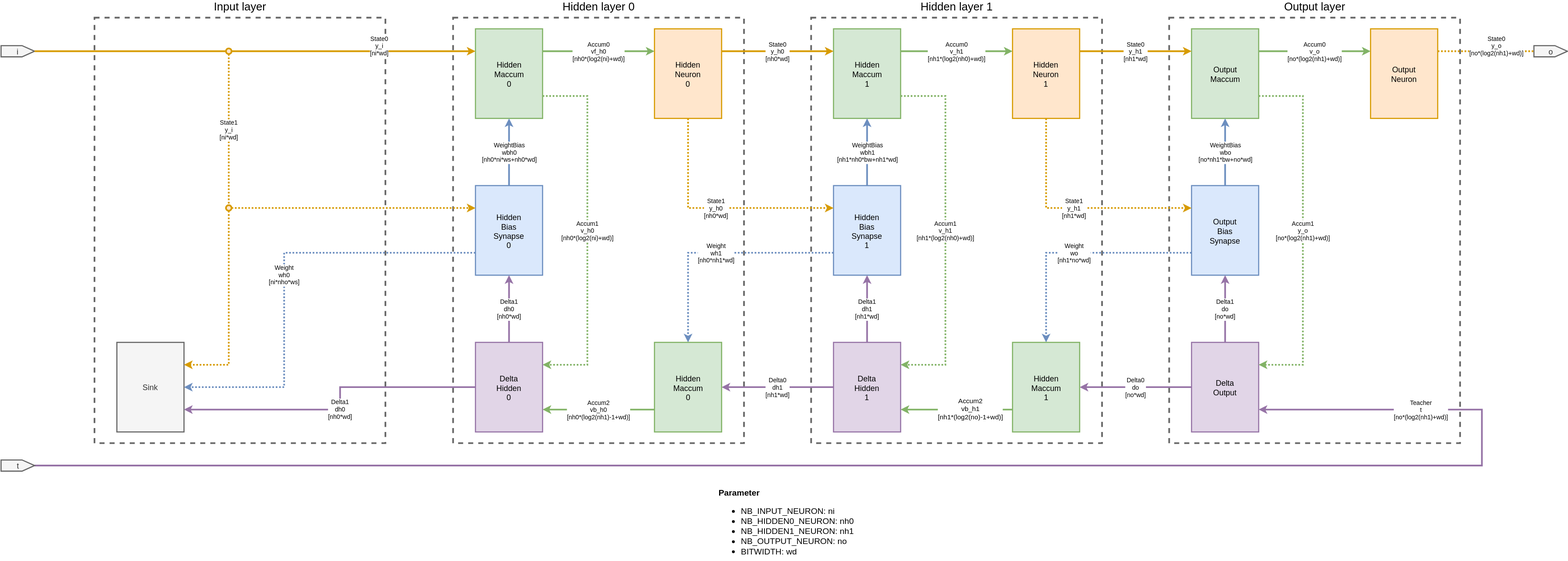
This is docs/Network.svg from IchiroKawashima/LSI-Design-Contest-2019, a draw.io export, as it was before one commit. Source tidied: cells renumbered, new cells last; positions are measured from the earlier drawing's top-left corner, leaving out a move shared by most shapes.
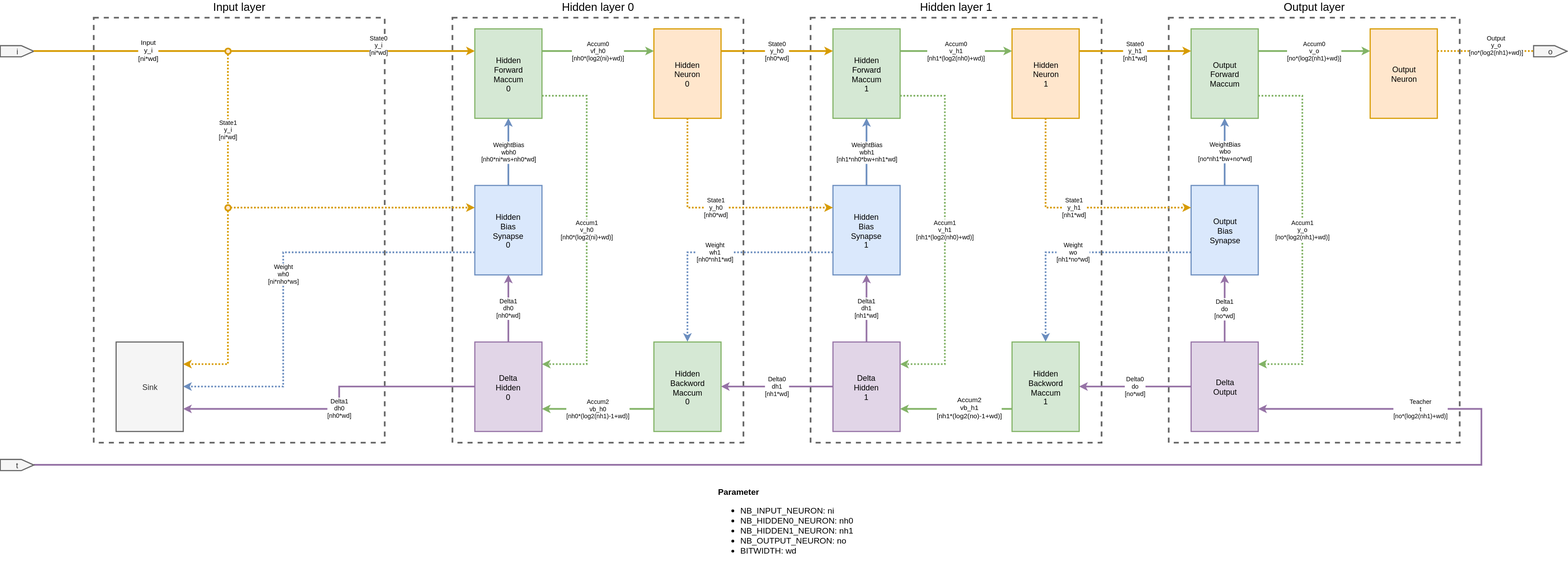
After the commit.

Commit message:
change module name Maccum to  ForwardMaccum and BackwordMaccum in Network.svg

Change to the diagram source:
```diff
@@ -26,7 +26,7 @@
     <mxCell id="9" style="edgeStyle=orthogonalEdgeStyle;rounded=0;html=1;exitX=1;exitY=0.5;exitDx=0;exitDy=0;entryX=0;entryY=0.25;entryDx=0;entryDy=0;jettySize=auto;fillColor=#ffe6cc;strokeColor=#d79b00;strokeWidth=3;dashed=1;dashPattern=1 1;" parent="1" edge="1" source="54" target="8">
       <mxGeometry x="0.21" y="10" relative="1" as="geometry" />
     </mxCell>
-    <mxCell id="10" value="Hidden&lt;br&gt;Maccum&lt;br&gt;0&lt;br style=&quot;font-size: 14px&quot;&gt;" style="rounded=0;whiteSpace=wrap;html=1;fontSize=14;fillColor=#d5e8d4;strokeColor=#82b366;strokeWidth=2;" parent="1" vertex="1">
+    <mxCell id="10" value="Hidden&lt;br&gt;Forward&lt;br&gt;Maccum&lt;br&gt;0&lt;br style=&quot;font-size: 14px&quot;&gt;" style="rounded=0;whiteSpace=wrap;html=1;fontSize=14;fillColor=#d5e8d4;strokeColor=#82b366;strokeWidth=2;" parent="1" vertex="1">
       <mxGeometry x="848" y="50" width="120" height="160" as="geometry" />
     </mxCell>
     <mxCell id="11" value="State0&lt;br&gt;y_i&lt;br&gt;[ni*wd]" style="edgeStyle=orthogonalEdgeStyle;rounded=0;html=1;exitX=1;exitY=0.5;exitDx=0;exitDy=0;entryX=0;entryY=0.25;entryDx=0;entryDy=0;jettySize=auto;fillColor=#ffe6cc;strokeColor=#d79b00;strokeWidth=3;" parent="1" edge="1" source="44" target="10">
@@ -52,7 +52,7 @@
     <mxCell id="16" value="Hidden&lt;br&gt;Bias&lt;br&gt;Synapse&lt;br&gt;1&lt;br style=&quot;font-size: 14px&quot;&gt;" style="rounded=0;whiteSpace=wrap;html=1;fontSize=14;fillColor=#dae8fc;strokeColor=#6c8ebf;strokeWidth=2;" parent="1" vertex="1">
       <mxGeometry x="1488" y="330" width="120" height="160" as="geometry" />
     </mxCell>
-    <mxCell id="17" value="Hidden&lt;br&gt;Maccum&lt;br&gt;1&lt;br style=&quot;font-size: 14px&quot;&gt;" style="rounded=0;whiteSpace=wrap;html=1;fontSize=14;fillColor=#d5e8d4;strokeColor=#82b366;strokeWidth=2;" parent="1" vertex="1">
+    <mxCell id="17" value="Hidden&lt;br&gt;Forward&lt;br&gt;Maccum&lt;br&gt;1&lt;br style=&quot;font-size: 14px&quot;&gt;" style="rounded=0;whiteSpace=wrap;html=1;fontSize=14;fillColor=#d5e8d4;strokeColor=#82b366;strokeWidth=2;" parent="1" vertex="1">
       <mxGeometry x="1488" y="50" width="120" height="160" as="geometry" />
     </mxCell>
     <mxCell id="18" value="State0&lt;br&gt;y_h0&lt;br&gt;[nh0*wd]" style="edgeStyle=orthogonalEdgeStyle;rounded=0;html=1;jettySize=auto;fillColor=#ffe6cc;strokeColor=#d79b00;exitX=1;exitY=0.25;exitDx=0;exitDy=0;entryX=0;entryY=0.25;entryDx=0;entryDy=0;strokeWidth=3;" parent="1" edge="1" source="14" target="17">
@@ -75,7 +75,7 @@
     <mxCell id="22" value="Output&lt;br&gt;Neuron&lt;br style=&quot;font-size: 14px&quot;&gt;" style="rounded=0;whiteSpace=wrap;html=1;fontSize=14;fillColor=#ffe6cc;strokeColor=#d79b00;strokeWidth=2;" parent="1" vertex="1">
       <mxGeometry x="2448" y="50" width="120" height="160" as="geometry" />
     </mxCell>
-    <mxCell id="23" value="Output&lt;br&gt;Maccum&lt;br style=&quot;font-size: 14px&quot;&gt;" style="rounded=0;whiteSpace=wrap;html=1;fontSize=14;fillColor=#d5e8d4;strokeColor=#82b366;strokeWidth=2;" parent="1" vertex="1">
+    <mxCell id="23" value="Output&lt;br&gt;Forward&lt;br&gt;Maccum&lt;br style=&quot;font-size: 14px&quot;&gt;" style="rounded=0;whiteSpace=wrap;html=1;fontSize=14;fillColor=#d5e8d4;strokeColor=#82b366;strokeWidth=2;" parent="1" vertex="1">
       <mxGeometry x="2128" y="50" width="120" height="160" as="geometry" />
     </mxCell>
     <mxCell id="24" value="State0&lt;br&gt;y_h1&lt;br&gt;[nh1*wd]&lt;br&gt;" style="edgeStyle=orthogonalEdgeStyle;rounded=0;html=1;jettySize=auto;fillColor=#ffe6cc;strokeColor=#d79b00;exitX=1;exitY=0.25;exitDx=0;exitDy=0;entryX=0;entryY=0.25;entryDx=0;entryDy=0;strokeWidth=3;" parent="1" edge="1" source="21" target="23">
@@ -96,7 +96,7 @@
     <mxCell id="29" value="o" style="shape=offPageConnector;whiteSpace=wrap;html=1;direction=north;fontSize=14;fillColor=#f5f5f5;strokeColor=#666666;fontColor=#333333;strokeWidth=2;" parent="1" vertex="1">
       <mxGeometry x="2740" y="80" width="60" height="20" as="geometry" />
     </mxCell>
-    <mxCell id="30" value="State0&lt;br&gt;y_o&lt;br&gt;[no*(log2(nh1)+wd)]&lt;br&gt;" style="edgeStyle=orthogonalEdgeStyle;rounded=0;html=1;exitX=1;exitY=0.25;exitDx=0;exitDy=0;entryX=0.5;entryY=0;entryDx=0;entryDy=0;jettySize=auto;fillColor=#ffe6cc;strokeColor=#d79b00;endArrow=none;endFill=0;strokeWidth=3;dashed=1;dashPattern=1 1;" parent="1" edge="1" source="22" target="29">
+    <mxCell id="30" value="Output&lt;br&gt;y_o&lt;br&gt;[no*(log2(nh1)+wd)]&lt;br&gt;" style="edgeStyle=orthogonalEdgeStyle;rounded=0;html=1;exitX=1;exitY=0.25;exitDx=0;exitDy=0;entryX=0.5;entryY=0;entryDx=0;entryDy=0;jettySize=auto;fillColor=#ffe6cc;strokeColor=#d79b00;endArrow=none;endFill=0;strokeWidth=3;dashed=1;dashPattern=1 1;" parent="1" edge="1" source="22" target="29">
       <mxGeometry x="0.22" y="10" relative="1" as="geometry" />
     </mxCell>
     <mxCell id="31" value="Delta1&lt;br&gt;do&lt;br&gt;[no*wd]&lt;br&gt;" style="edgeStyle=orthogonalEdgeStyle;rounded=0;html=1;entryX=0.5;entryY=1;entryDx=0;entryDy=0;jettySize=auto;fillColor=#e1d5e7;strokeColor=#9673a6;strokeWidth=3;" parent="1" edge="1" source="32" target="26">
@@ -200,6 +200,11 @@
         </Array>
       </mxGeometry>
     </mxCell>
+    <mxCell id="63" value="Input&lt;br&gt;y_i&lt;br&gt;[ni*wd]&lt;br&gt;" style="text;html=1;align=center;verticalAlign=middle;labelBackgroundColor=#ffffff;" parent="55" vertex="1">
+      <mxGeometry x="0.45" y="42" relative="1" as="geometry">
+        <mxPoint x="-42" y="40" as="offset" />
+      </mxGeometry>
+    </mxCell>
     <mxCell id="56" value="State1&lt;br&gt;y_i&lt;br&gt;[ni*wd]" style="edgeStyle=orthogonalEdgeStyle;rounded=0;html=1;exitX=0.5;exitY=1;exitDx=0;exitDy=0;entryX=0.5;entryY=0;entryDx=0;entryDy=0;jettySize=auto;fillColor=#ffe6cc;strokeColor=#d79b00;endArrow=none;endFill=0;strokeWidth=3;dashed=1;dashPattern=1 1;" parent="1" edge="1" source="44" target="54">
       <mxGeometry relative="1" as="geometry" />
     </mxCell>
@@ -212,13 +217,13 @@
     <mxCell id="59" value="&lt;span&gt;Accum2&lt;/span&gt;&lt;br&gt;&lt;span&gt;vb_h1&lt;/span&gt;&lt;br&gt;&lt;span&gt;[nh1*(log2(no)-1+wd)]&lt;/span&gt;" style="text;html=1;align=center;verticalAlign=middle;labelBackgroundColor=#ffffff;" parent="58" vertex="1">
       <mxGeometry x="-0.26" y="-3" relative="1" as="geometry" />
     </mxCell>
-    <mxCell id="60" value="Hidden&lt;br&gt;Maccum&lt;br&gt;1&lt;br style=&quot;font-size: 14px&quot;&gt;" style="rounded=0;whiteSpace=wrap;html=1;fontSize=14;fillColor=#d5e8d4;strokeColor=#82b366;strokeWidth=2;" parent="1" vertex="1">
+    <mxCell id="60" value="Hidden&lt;br&gt;Backword&lt;br&gt;Maccum&lt;br&gt;1&lt;br style=&quot;font-size: 14px&quot;&gt;" style="rounded=0;whiteSpace=wrap;html=1;fontSize=14;fillColor=#d5e8d4;strokeColor=#82b366;strokeWidth=2;" parent="1" vertex="1">
       <mxGeometry x="1808" y="610" width="120" height="160" as="geometry" />
     </mxCell>
     <mxCell id="61" value="Accum2&lt;br&gt;vb_h0&lt;br&gt;[nh0*(log2(nh1)-1+wd)]" style="edgeStyle=orthogonalEdgeStyle;rounded=0;html=1;exitX=0;exitY=0.75;exitDx=0;exitDy=0;entryX=1;entryY=0.75;entryDx=0;entryDy=0;jettySize=auto;strokeColor=#82b366;strokeWidth=3;fillColor=#d5e8d4;" parent="1" edge="1" source="62" target="39">
       <mxGeometry relative="1" as="geometry" />
     </mxCell>
-    <mxCell id="62" value="Hidden&lt;br&gt;Maccum&lt;br&gt;0&lt;br style=&quot;font-size: 14px&quot;&gt;" style="rounded=0;whiteSpace=wrap;html=1;fontSize=14;fillColor=#d5e8d4;strokeColor=#82b366;strokeWidth=2;" parent="1" vertex="1">
+    <mxCell id="62" value="Hidden&lt;br&gt;Backword&lt;br&gt;Maccum&lt;br&gt;0&lt;br style=&quot;font-size: 14px&quot;&gt;" style="rounded=0;whiteSpace=wrap;html=1;fontSize=14;fillColor=#d5e8d4;strokeColor=#82b366;strokeWidth=2;" parent="1" vertex="1">
       <mxGeometry x="1168" y="610" width="120" height="160" as="geometry" />
     </mxCell>
   </root>
```
